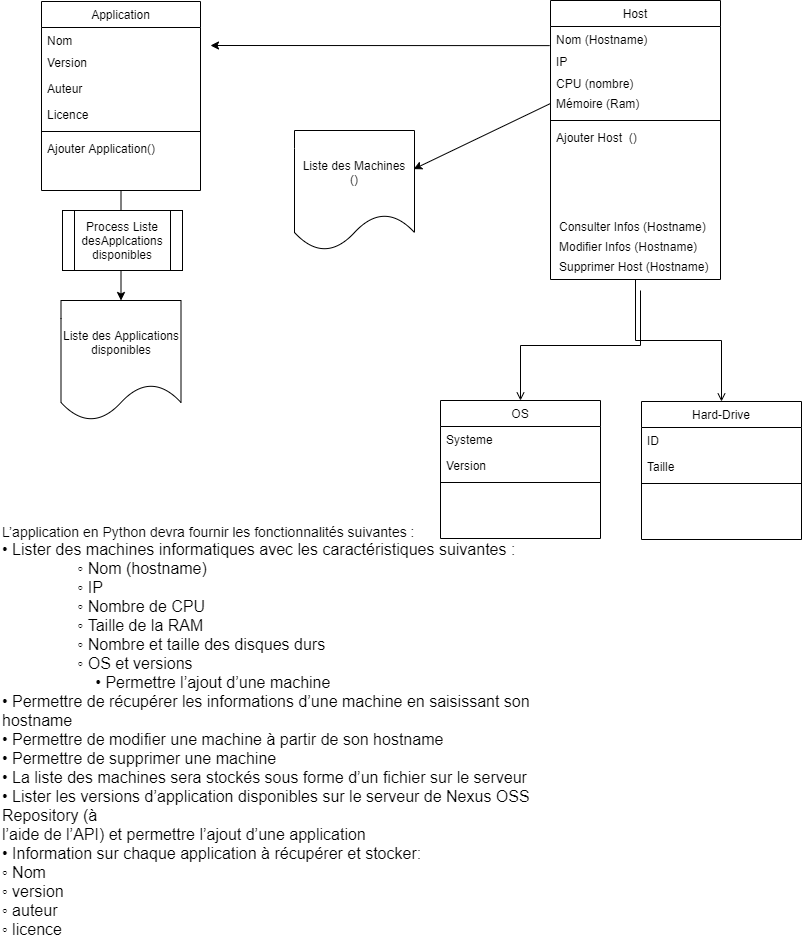
This is UML/PYTHON_JENKINS_UML_01.png from houssembenali/IB_TP_PYTHON, a draw.io export, as it was before one commit. Source tidied: cells renumbered, new cells last; positions are measured from the earlier drawing's top-left corner, leaving out a move shared by most shapes.
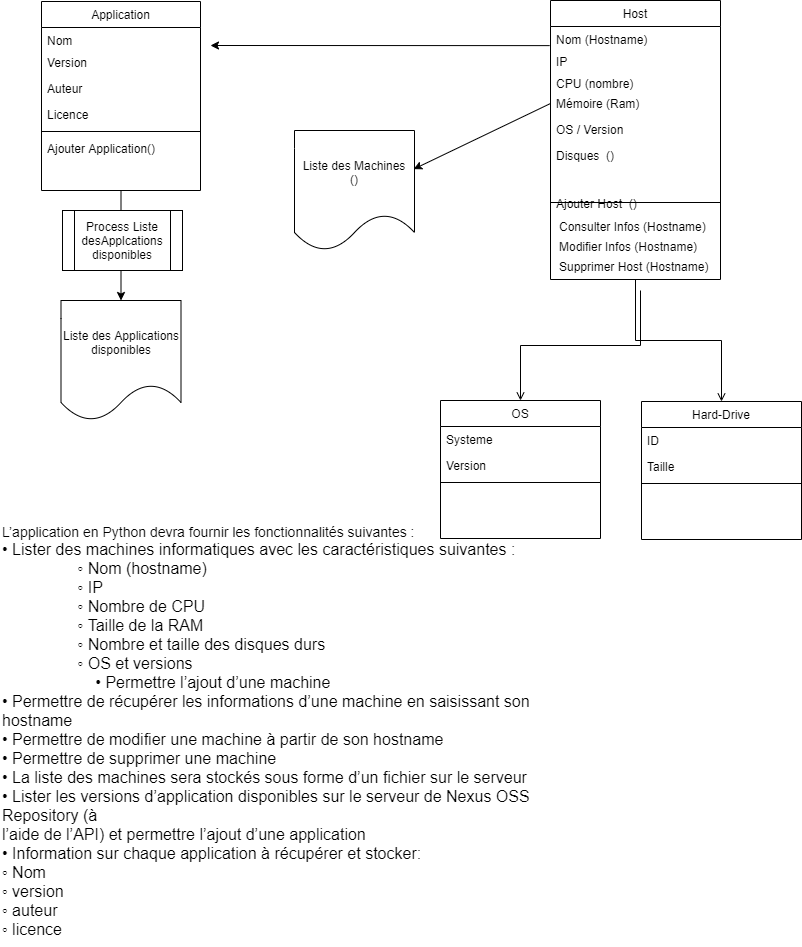
The same file after the commit.

The edit, as a diff of the source:
```diff
@@ -17,12 +17,15 @@
     <mxCell id="6" value="Mémoire (Ram)" style="text;align=left;verticalAlign=top;spacingLeft=4;spacingRight=4;overflow=hidden;points=[[0,0.5],[1,0.5]];portConstraint=eastwest;rounded=0;shadow=0;html=0;" parent="2" vertex="1">
       <mxGeometry y="90" width="170" height="26" as="geometry" />
     </mxCell>
+    <mxCell id="8" value="OS / Version" style="text;align=left;verticalAlign=top;spacingLeft=4;spacingRight=4;overflow=hidden;" parent="2" vertex="1">
+      <mxGeometry y="116" width="170" height="26" as="geometry" />
+    </mxCell>
+    <mxCell id="36" value="Disques  () " style="text;align=left;verticalAlign=top;spacingLeft=4;spacingRight=4;overflow=hidden;" parent="2" vertex="1">
+      <mxGeometry y="142" width="170" height="26" as="geometry" />
+    </mxCell>
     <mxCell id="7" style="line;html=1;strokeWidth=1;align=left;verticalAlign=middle;spacingTop=-1;spacingLeft=3;spacingRight=3;labelPosition=right;" parent="2" vertex="1">
-      <mxGeometry y="116" width="170" height="8" as="geometry" />
+      <mxGeometry y="168" width="170" height="68" as="geometry" />
     </mxCell>
-    <mxCell id="8" value="Ajouter Host  () " style="text;align=left;verticalAlign=top;spacingLeft=4;spacingRight=4;overflow=hidden;" parent="2" vertex="1">
-      <mxGeometry y="124" width="170" height="26" as="geometry" />
-    </mxCell>
     <mxCell id="9" value="Hard-Drive" style="swimlane;fontStyle=0;align=center;verticalAlign=top;horizontal=1;startSize=26;rounded=0;shadow=0;strokeWidth=1;" parent="1" vertex="1">
       <mxGeometry x="641" y="401" width="160" height="138" as="geometry" />
     </mxCell>
@@ -111,5 +114,8 @@
     <mxCell id="35" style="endArrow=classic;html=1;exitX=0;exitY=0.5;exitDx=0;exitDy=0;entryX=0.993;entryY=0.322;entryDx=0;entryDy=0;entryPerimeter=0;" parent="1" edge="1" source="6" target="32">
       <mxGeometry relative="1" as="geometry" />
     </mxCell>
+    <mxCell id="37" value="Ajouter Host  () " style="text;align=left;verticalAlign=top;spacingLeft=4;spacingRight=4;overflow=hidden;" parent="1" vertex="1">
+      <mxGeometry x="550" y="190" width="170" height="26" as="geometry" />
+    </mxCell>
   </root>
 </mxGraphModel>
```
